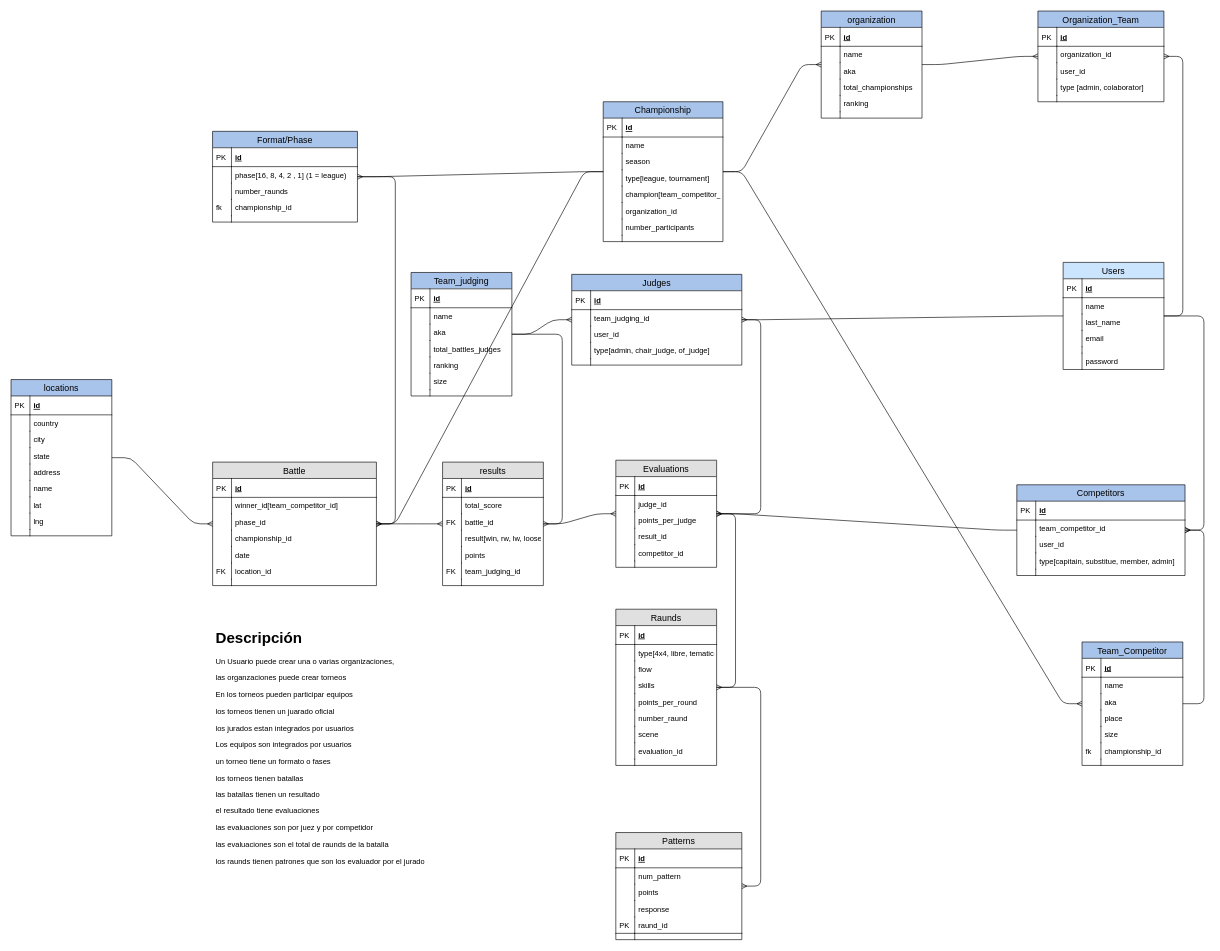
Above: Untitled Diagram.drawio in Isidro-hernndez/Texto1 (draw.io), before the change. Source tidied: cells renumbered, new cells numbered last; positions are measured from the earlier drawing's top-left corner, leaving out a move shared by most shapes. Both pictures are drawn from the tidied source at 63%, with x=0, y=0 at pixel (11, 11).
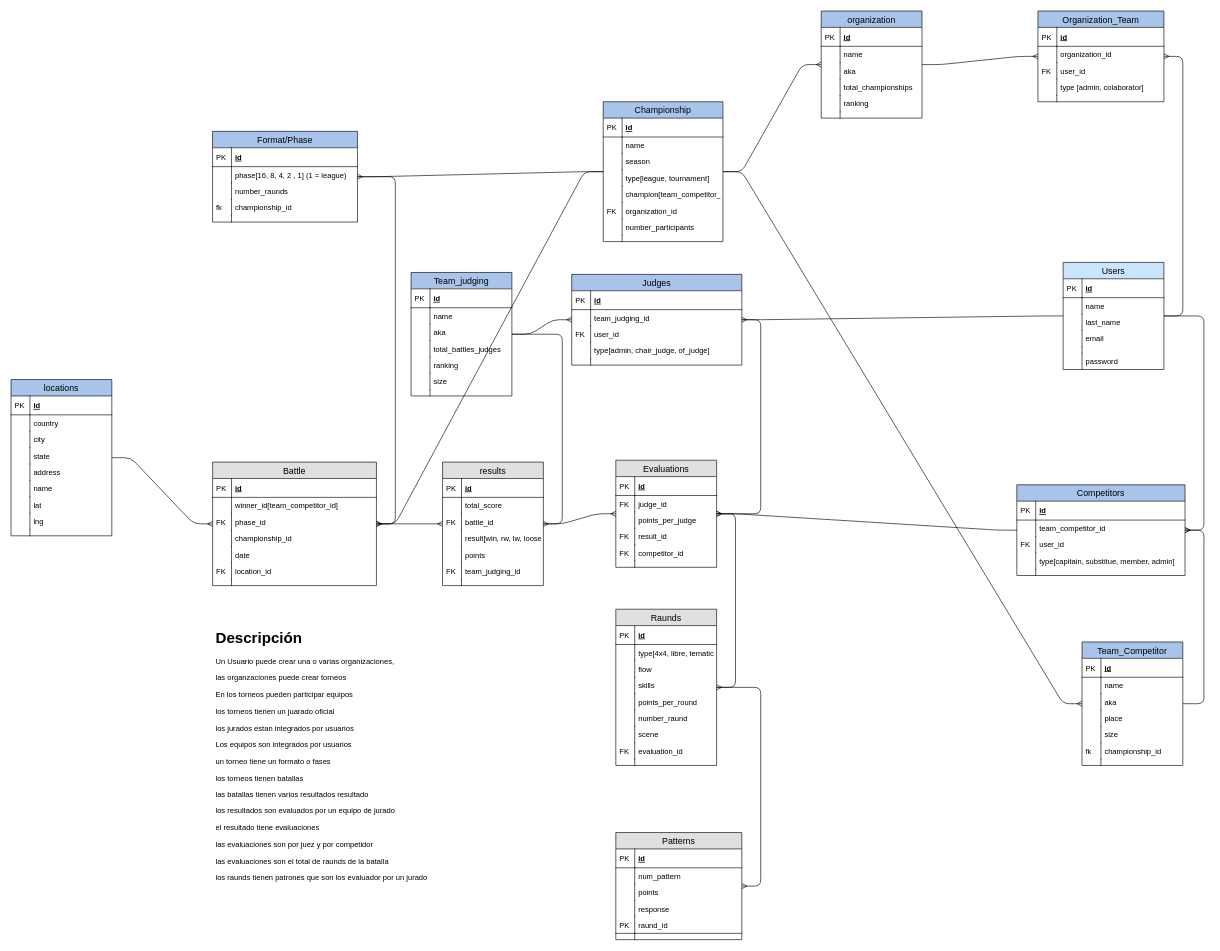
Above is the later version.

Unchanged cells that the change refers to:
```xml
<mxCell id="7" value="phase_id" style="shape=partialRectangle;top=0;left=0;right=0;bottom=0;align=left;verticalAlign=top;fillColor=none;spacingLeft=34;spacingRight=4;overflow=hidden;fontSize=12;" parent="2" vertex="1">
  <mxGeometry y="82" width="260" height="26" as="geometry" />
</mxCell>
<mxCell id="33" value="judge_id" style="shape=partialRectangle;top=0;left=0;right=0;bottom=0;align=left;verticalAlign=top;fillColor=none;spacingLeft=34;spacingRight=4;overflow=hidden;fontSize=12;" parent="30" vertex="1">
  <mxGeometry y="56" width="160" height="26" as="geometry" />
</mxCell>
<mxCell id="37" value="result_id" style="shape=partialRectangle;top=0;left=0;right=0;bottom=0;align=left;verticalAlign=top;fillColor=none;spacingLeft=34;spacingRight=4;overflow=hidden;fontSize=12;" parent="30" vertex="1">
  <mxGeometry y="108" width="160" height="26" as="geometry" />
</mxCell>
<mxCell id="39" value="competitor_id" style="shape=partialRectangle;top=0;left=0;right=0;bottom=0;align=left;verticalAlign=top;fillColor=none;spacingLeft=34;spacingRight=4;overflow=hidden;fontSize=12;" parent="30" vertex="1">
  <mxGeometry y="134" width="160" height="26" as="geometry" />
</mxCell>
<mxCell id="59" value="evaluation_id" style="shape=partialRectangle;top=0;left=0;right=0;bottom=0;align=left;verticalAlign=top;fillColor=none;spacingLeft=34;spacingRight=4;overflow=hidden;fontSize=12;" parent="44" vertex="1">
  <mxGeometry y="212" width="160" height="26" as="geometry" />
</mxCell>
<mxCell id="114" value="user_id" style="shape=partialRectangle;top=0;left=0;right=0;bottom=0;align=left;verticalAlign=top;fillColor=none;spacingLeft=34;spacingRight=4;overflow=hidden;fontSize=12;" parent="109" vertex="1">
  <mxGeometry y="82" width="270" height="26" as="geometry" />
</mxCell>
<mxCell id="143" value="user_id" style="shape=partialRectangle;top=0;left=0;right=0;bottom=0;align=left;verticalAlign=top;fillColor=none;spacingLeft=34;spacingRight=4;overflow=hidden;fontSize=12;" parent="138" vertex="1">
  <mxGeometry y="82" width="267" height="26" as="geometry" />
</mxCell>
<mxCell id="163" value="organization_id" style="shape=partialRectangle;top=0;left=0;right=0;bottom=0;align=left;verticalAlign=top;fillColor=none;spacingLeft=34;spacingRight=4;overflow=hidden;fontSize=12;" parent="152" vertex="1">
  <mxGeometry y="160" width="190" height="26" as="geometry" />
</mxCell>
<mxCell id="204" value="user_id" style="shape=partialRectangle;top=0;left=0;right=0;bottom=0;align=left;verticalAlign=top;fillColor=none;spacingLeft=34;spacingRight=4;overflow=hidden;fontSize=12;" parent="199" vertex="1">
  <mxGeometry y="82" width="200" height="26" as="geometry" />
</mxCell>
```

What changed in the source:
```diff
@@
-    <mxCell id="8" style="shape=partialRectangle;top=0;left=0;bottom=0;fillColor=none;align=left;verticalAlign=top;spacingLeft=4;spacingRight=4;overflow=hidden;fontSize=12;" parent="7" vertex="1">
+    <mxCell id="8" value="FK" style="shape=partialRectangle;top=0;left=0;bottom=0;fillColor=none;align=left;verticalAlign=top;spacingLeft=4;spacingRight=4;overflow=hidden;fontSize=12;" parent="7" vertex="1">
       <mxGeometry width="30" height="26" as="geometry" />
     </mxCell>
@@
-    <mxCell id="34" style="shape=partialRectangle;top=0;left=0;bottom=0;fillColor=none;align=left;verticalAlign=top;spacingLeft=4;spacingRight=4;overflow=hidden;fontSize=12;" parent="33" vertex="1">
+    <mxCell id="34" value="FK" style="shape=partialRectangle;top=0;left=0;bottom=0;fillColor=none;align=left;verticalAlign=top;spacingLeft=4;spacingRight=4;overflow=hidden;fontSize=12;" parent="33" vertex="1">
       <mxGeometry width="30" height="26" as="geometry" />
     </mxCell>
@@
-    <mxCell id="38" style="shape=partialRectangle;top=0;left=0;bottom=0;fillColor=none;align=left;verticalAlign=top;spacingLeft=4;spacingRight=4;overflow=hidden;fontSize=12;" parent="37" vertex="1">
+    <mxCell id="38" value="FK" style="shape=partialRectangle;top=0;left=0;bottom=0;fillColor=none;align=left;verticalAlign=top;spacingLeft=4;spacingRight=4;overflow=hidden;fontSize=12;" parent="37" vertex="1">
       <mxGeometry width="30" height="26" as="geometry" />
     </mxCell>
@@
-    <mxCell id="40" style="shape=partialRectangle;top=0;left=0;bottom=0;fillColor=none;align=left;verticalAlign=top;spacingLeft=4;spacingRight=4;overflow=hidden;fontSize=12;" parent="39" vertex="1">
+    <mxCell id="40" value="FK" style="shape=partialRectangle;top=0;left=0;bottom=0;fillColor=none;align=left;verticalAlign=top;spacingLeft=4;spacingRight=4;overflow=hidden;fontSize=12;" parent="39" vertex="1">
       <mxGeometry width="30" height="26" as="geometry" />
     </mxCell>
@@
-    <mxCell id="60" style="shape=partialRectangle;top=0;left=0;bottom=0;fillColor=none;align=left;verticalAlign=top;spacingLeft=4;spacingRight=4;overflow=hidden;fontSize=12;" parent="59" vertex="1">
+    <mxCell id="60" value="FK" style="shape=partialRectangle;top=0;left=0;bottom=0;fillColor=none;align=left;verticalAlign=top;spacingLeft=4;spacingRight=4;overflow=hidden;fontSize=12;" parent="59" vertex="1">
       <mxGeometry width="30" height="26" as="geometry" />
     </mxCell>
@@
-    <mxCell id="115" style="shape=partialRectangle;top=0;left=0;bottom=0;fillColor=none;align=left;verticalAlign=top;spacingLeft=4;spacingRight=4;overflow=hidden;fontSize=12;" parent="114" vertex="1">
+    <mxCell id="115" value="FK" style="shape=partialRectangle;top=0;left=0;bottom=0;fillColor=none;align=left;verticalAlign=top;spacingLeft=4;spacingRight=4;overflow=hidden;fontSize=12;" parent="114" vertex="1">
       <mxGeometry width="30" height="26" as="geometry" />
     </mxCell>
@@
-    <mxCell id="144" style="shape=partialRectangle;top=0;left=0;bottom=0;fillColor=none;align=left;verticalAlign=top;spacingLeft=4;spacingRight=4;overflow=hidden;fontSize=12;" parent="143" vertex="1">
+    <mxCell id="144" value="FK" style="shape=partialRectangle;top=0;left=0;bottom=0;fillColor=none;align=left;verticalAlign=top;spacingLeft=4;spacingRight=4;overflow=hidden;fontSize=12;" parent="143" vertex="1">
       <mxGeometry width="30" height="26" as="geometry" />
     </mxCell>
@@
-    <mxCell id="164" style="shape=partialRectangle;top=0;left=0;bottom=0;fillColor=none;align=left;verticalAlign=top;spacingLeft=4;spacingRight=4;overflow=hidden;fontSize=12;" parent="163" vertex="1">
+    <mxCell id="164" value="FK" style="shape=partialRectangle;top=0;left=0;bottom=0;fillColor=none;align=left;verticalAlign=top;spacingLeft=4;spacingRight=4;overflow=hidden;fontSize=12;" parent="163" vertex="1">
       <mxGeometry width="30" height="26" as="geometry" />
     </mxCell>
@@
-    <mxCell id="198" value="&lt;h1&gt;Descripción&lt;/h1&gt;&lt;p&gt;Un Usuario puede crear una o varias organizaciones,&amp;nbsp;&lt;/p&gt;&lt;p&gt;las organzaciones puede crear torneos&lt;/p&gt;&lt;p&gt;En los torneos pueden participar equipos&lt;/p&gt;&lt;p&gt;los torneos tienen un juarado oficial&lt;/p&gt;&lt;p&gt;los jurados estan integrados por usuarios&lt;/p&gt;&lt;p&gt;Los equipos son integrados por usuarios&lt;/p&gt;&lt;p&gt;un torneo tiene un formato o fases&lt;/p&gt;&lt;p&gt;los torneos tienen batallas&lt;/p&gt;&lt;p&gt;las batallas tienen un resultado&lt;/p&gt;&lt;p&gt;el resultado tiene evaluaciones&lt;/p&gt;&lt;p&gt;las evaluaciones son por juez y por competidor&lt;/p&gt;&lt;p&gt;las evaluaciones son el total de raunds de la batalla&lt;/p&gt;&lt;p&gt;los raunds tienen patrones que son los evaluador por el jurado&lt;/p&gt;&lt;p&gt;&lt;br&gt;&lt;/p&gt;" style="text;html=1;strokeColor=none;fillColor=none;spacing=5;spacingTop=-20;whiteSpace=wrap;overflow=hidden;rounded=0;" parent="1" vertex="1">
+    <mxCell id="198" value="&lt;h1&gt;Descripción&lt;/h1&gt;&lt;p&gt;Un Usuario puede crear una o varias organizaciones,&amp;nbsp;&lt;/p&gt;&lt;p&gt;las organzaciones puede crear torneos&lt;/p&gt;&lt;p&gt;En los torneos pueden participar equipos&lt;/p&gt;&lt;p&gt;los torneos tienen un juarado oficial&lt;/p&gt;&lt;p&gt;los jurados estan integrados por usuarios&lt;/p&gt;&lt;p&gt;Los equipos son integrados por usuarios&lt;/p&gt;&lt;p&gt;un torneo tiene un formato o fases&lt;/p&gt;&lt;p&gt;los torneos tienen batallas&lt;/p&gt;&lt;p&gt;las batallas tienen varios resultados resultado&lt;/p&gt;&lt;p&gt;los resultados son evaluados por un equipo de jurado&lt;/p&gt;&lt;p&gt;el resultado tiene evaluaciones&lt;/p&gt;&lt;p&gt;las evaluaciones son por juez y por competidor&lt;/p&gt;&lt;p&gt;las evaluaciones son el total de raunds de la batalla&lt;/p&gt;&lt;p&gt;los raunds tienen patrones que son los evaluador por un jurado&lt;/p&gt;&lt;p&gt;&lt;br&gt;&lt;/p&gt;" style="text;html=1;strokeColor=none;fillColor=none;spacing=5;spacingTop=-20;whiteSpace=wrap;overflow=hidden;rounded=0;" parent="1" vertex="1">
       <mxGeometry x="320" y="975" width="520" height="489" as="geometry" />
     </mxCell>
@@
-    <mxCell id="205" style="shape=partialRectangle;top=0;left=0;bottom=0;fillColor=none;align=left;verticalAlign=top;spacingLeft=4;spacingRight=4;overflow=hidden;fontSize=12;" parent="204" vertex="1">
+    <mxCell id="205" value="FK" style="shape=partialRectangle;top=0;left=0;bottom=0;fillColor=none;align=left;verticalAlign=top;spacingLeft=4;spacingRight=4;overflow=hidden;fontSize=12;" parent="204" vertex="1">
       <mxGeometry width="30" height="26" as="geometry" />
     </mxCell>
```
